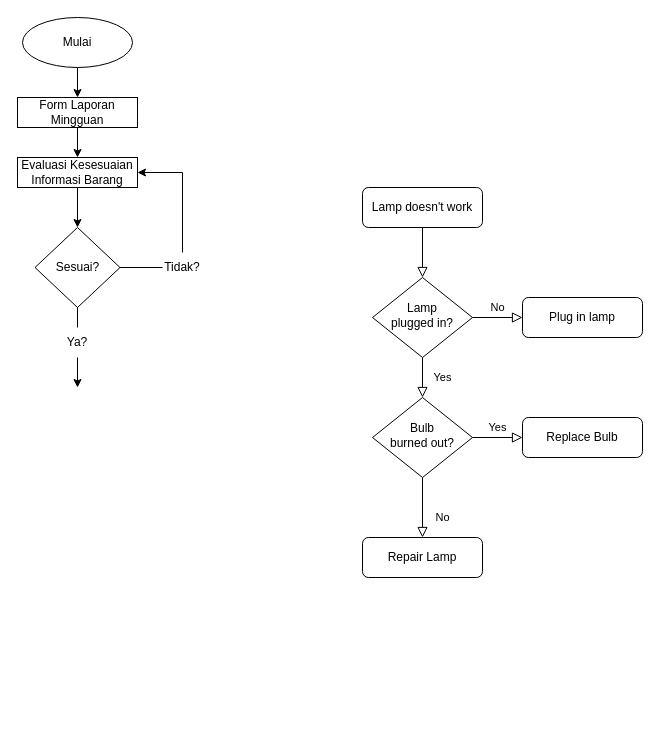
Above: Flowchart SOP Manajemen Informasi Produk.drawio in deonaja/Kuliah-Random (draw.io), before the change. Source tidied: cells renumbered, new cells numbered last; positions are measured from the earlier drawing's top-left corner, leaving out a move shared by most shapes. Both pictures are drawn from the tidied source at 100%, with x=0, y=0 at pixel (17, 17).
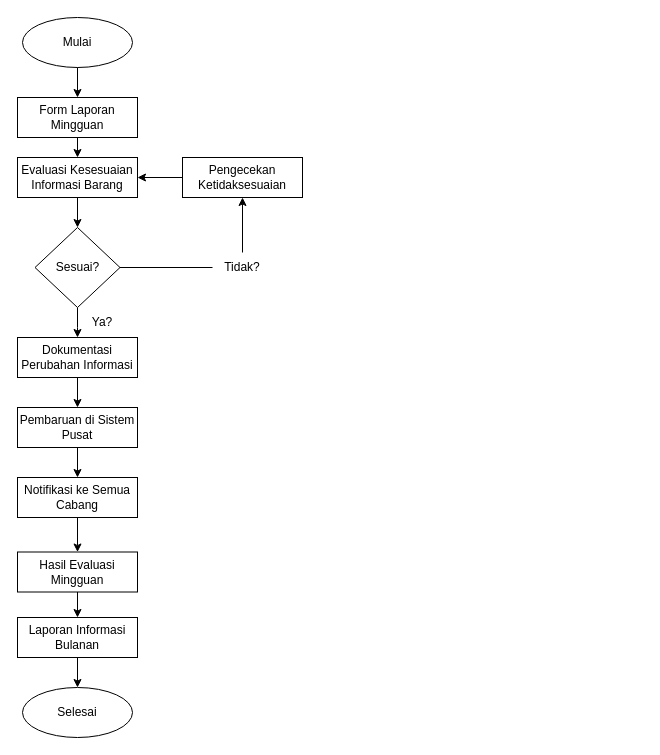
The same diagram, later.

Unchanged cells that the change refers to:
```xml
<mxCell id="19" value="Sesuai?" style="rhombus;whiteSpace=wrap;html=1;" parent="1" vertex="1">
  <mxGeometry x="17.5" y="210" width="85" height="80" as="geometry" />
</mxCell>
```

Change to the diagram source:
```diff
@@
-    <mxCell id="2" style="rounded=0;html=1;jettySize=auto;fontSize=11;endArrow=block;endFill=0;endSize=8;strokeWidth=1;shadow=0;labelBackgroundColor=none;edgeStyle=orthogonalEdgeStyle;" parent="1" edge="1" source="3" target="6">
-      <mxGeometry relative="1" as="geometry" />
-    </mxCell>
-    <mxCell id="3" value="Lamp doesn't work" style="rounded=1;whiteSpace=wrap;html=1;fontSize=12;glass=0;strokeWidth=1;shadow=0;" parent="1" vertex="1">
-      <mxGeometry x="345" y="170" width="120" height="40" as="geometry" />
-    </mxCell>
-    <mxCell id="4" value="Yes" style="rounded=0;html=1;jettySize=auto;fontSize=11;endArrow=block;endFill=0;endSize=8;strokeWidth=1;shadow=0;labelBackgroundColor=none;edgeStyle=orthogonalEdgeStyle;" parent="1" edge="1" source="6" target="10">
-      <mxGeometry y="20" relative="1" as="geometry" />
-    </mxCell>
-    <mxCell id="5" value="No" style="edgeStyle=orthogonalEdgeStyle;rounded=0;html=1;jettySize=auto;fontSize=11;endArrow=block;endFill=0;endSize=8;strokeWidth=1;shadow=0;labelBackgroundColor=none;" parent="1" edge="1" source="6" target="7">
-      <mxGeometry y="10" relative="1" as="geometry" />
-    </mxCell>
-    <mxCell id="6" value="Lamp&lt;br&gt;plugged in?" style="rhombus;whiteSpace=wrap;html=1;shadow=0;fontFamily=Helvetica;fontSize=12;align=center;strokeWidth=1;spacing=6;spacingTop=-4;" parent="1" vertex="1">
-      <mxGeometry x="355" y="260" width="100" height="80" as="geometry" />
-    </mxCell>
-    <mxCell id="7" value="Plug in lamp" style="rounded=1;whiteSpace=wrap;html=1;fontSize=12;glass=0;strokeWidth=1;shadow=0;" parent="1" vertex="1">
-      <mxGeometry x="505" y="280" width="120" height="40" as="geometry" />
-    </mxCell>
-    <mxCell id="8" value="No" style="rounded=0;html=1;jettySize=auto;fontSize=11;endArrow=block;endFill=0;endSize=8;strokeWidth=1;shadow=0;labelBackgroundColor=none;edgeStyle=orthogonalEdgeStyle;" parent="1" edge="1" source="10" target="11">
-      <mxGeometry x="0.33" y="20" relative="1" as="geometry" />
-    </mxCell>
-    <mxCell id="9" value="Yes" style="edgeStyle=orthogonalEdgeStyle;rounded=0;html=1;jettySize=auto;fontSize=11;endArrow=block;endFill=0;endSize=8;strokeWidth=1;shadow=0;labelBackgroundColor=none;" parent="1" edge="1" source="10" target="12">
-      <mxGeometry y="10" relative="1" as="geometry" />
-    </mxCell>
-    <mxCell id="10" value="Bulb&lt;br&gt;burned out?" style="rhombus;whiteSpace=wrap;html=1;shadow=0;fontFamily=Helvetica;fontSize=12;align=center;strokeWidth=1;spacing=6;spacingTop=-4;" parent="1" vertex="1">
-      <mxGeometry x="355" y="380" width="100" height="80" as="geometry" />
-    </mxCell>
-    <mxCell id="11" value="Repair Lamp" style="rounded=1;whiteSpace=wrap;html=1;fontSize=12;glass=0;strokeWidth=1;shadow=0;" parent="1" vertex="1">
-      <mxGeometry x="345" y="520" width="120" height="40" as="geometry" />
-    </mxCell>
-    <mxCell id="12" value="Replace Bulb" style="rounded=1;whiteSpace=wrap;html=1;fontSize=12;glass=0;strokeWidth=1;shadow=0;" parent="1" vertex="1">
-      <mxGeometry x="505" y="400" width="120" height="40" as="geometry" />
-    </mxCell>
@@
     <mxCell id="14" value="Form Laporan Mingguan" style="rounded=0;whiteSpace=wrap;html=1;" parent="1" vertex="1">
-      <mxGeometry y="80" width="120" height="30" as="geometry" />
+      <mxGeometry y="80" width="120" height="40" as="geometry" />
     </mxCell>
@@
     <mxCell id="17" value="Evaluasi Kesesuaian Informasi Barang" style="rounded=0;whiteSpace=wrap;html=1;" parent="1" vertex="1">
-      <mxGeometry y="140" width="120" height="30" as="geometry" />
+      <mxGeometry y="140" width="120" height="40" as="geometry" />
     </mxCell>
@@
+    <mxCell id="26" style="edgeStyle=orthogonalEdgeStyle;rounded=0;jettySize=auto;html=1;" parent="1" edge="1" source="19">
+      <mxGeometry relative="1" as="geometry">
+        <mxPoint x="60" y="320" as="targetPoint" />
+      </mxGeometry>
+    </mxCell>
@@
-    <mxCell id="20" style="endArrow=none;html=1;rounded=0;exitX=1;exitY=0.5;exitDx=0;exitDy=0;" parent="1" edge="1" source="19">
-      <mxGeometry relative="1" as="geometry">
-        <mxPoint x="145" y="250" as="targetPoint" />
-      </mxGeometry>
+    <mxCell id="20" style="endArrow=none;html=1;rounded=0;exitX=1;exitY=0.5;exitDx=0;exitDy=0;entryX=0;entryY=0.5;entryDx=0;entryDy=0;" parent="1" edge="1" source="19" target="21">
+      <mxGeometry relative="1" as="geometry" />
     </mxCell>
     <mxCell id="21" value="Tidak?" style="text;html=1;align=center;verticalAlign=middle;whiteSpace=wrap;rounded=0;" parent="1" vertex="1">
-      <mxGeometry x="135" y="235" width="60" height="30" as="geometry" />
+      <mxGeometry x="195" y="235" width="60" height="30" as="geometry" />
     </mxCell>
-    <mxCell id="22" style="endArrow=classic;html=1;rounded=0;entryX=1;entryY=0.5;entryDx=0;entryDy=0;exitX=0.5;exitY=0;exitDx=0;exitDy=0;" parent="1" edge="1" source="21" target="17">
-      <mxGeometry relative="1" as="geometry">
-        <Array as="points">
-          <mxPoint x="165" y="155" />
-        </Array>
-      </mxGeometry>
+    <mxCell id="22" style="endArrow=classic;html=1;rounded=0;exitX=0.5;exitY=0;exitDx=0;exitDy=0;entryX=0.5;entryY=1;entryDx=0;entryDy=0;" parent="1" edge="1" source="21" target="31">
+      <mxGeometry relative="1" as="geometry" />
     </mxCell>
-    <mxCell id="23" style="endArrow=none;html=1;rounded=0;entryX=0.5;entryY=1;entryDx=0;entryDy=0;" parent="1" edge="1" target="19">
-      <mxGeometry relative="1" as="geometry">
-        <mxPoint x="60" y="310" as="sourcePoint" />
-      </mxGeometry>
-    </mxCell>
-    <mxCell id="24" style="edgeStyle=orthogonalEdgeStyle;rounded=0;jettySize=auto;html=1;exitX=0.5;exitY=1;exitDx=0;exitDy=0;" parent="1" edge="1" source="25">
-      <mxGeometry relative="1" as="geometry">
-        <mxPoint x="60" y="370" as="targetPoint" />
-      </mxGeometry>
-    </mxCell>
+    <mxCell id="27" style="edgeStyle=orthogonalEdgeStyle;rounded=0;jettySize=auto;html=1;" parent="1" edge="1" source="25" target="29">
+      <mxGeometry relative="1" as="geometry" />
+    </mxCell>
     <mxCell id="25" value="Ya?" style="text;html=1;align=center;verticalAlign=middle;whiteSpace=wrap;rounded=0;" parent="1" vertex="1">
-      <mxGeometry x="30" y="310" width="60" height="30" as="geometry" />
+      <mxGeometry x="55" y="290" width="60" height="30" as="geometry" />
     </mxCell>
+    <mxCell id="28" style="edgeStyle=orthogonalEdgeStyle;rounded=0;jettySize=auto;html=1;" parent="1" edge="1" source="29" target="33">
+      <mxGeometry relative="1" as="geometry" />
+    </mxCell>
+    <mxCell id="29" value="Dokumentasi Perubahan Informasi" style="rounded=0;whiteSpace=wrap;html=1;" parent="1" vertex="1">
+      <mxGeometry y="320" width="120" height="40" as="geometry" />
+    </mxCell>
+    <mxCell id="30" style="edgeStyle=orthogonalEdgeStyle;rounded=0;jettySize=auto;html=1;entryX=1;entryY=0.5;entryDx=0;entryDy=0;" parent="1" edge="1" source="31" target="17">
+      <mxGeometry relative="1" as="geometry" />
+    </mxCell>
+    <mxCell id="31" value="Pengecekan Ketidaksesuaian" style="rounded=0;whiteSpace=wrap;html=1;" parent="1" vertex="1">
+      <mxGeometry x="165" y="140" width="120" height="40" as="geometry" />
+    </mxCell>
+    <mxCell id="32" style="edgeStyle=orthogonalEdgeStyle;rounded=0;jettySize=auto;html=1;" parent="1" edge="1" source="33" target="35">
+      <mxGeometry relative="1" as="geometry" />
+    </mxCell>
+    <mxCell id="33" value="Pembaruan di Sistem Pusat" style="rounded=0;whiteSpace=wrap;html=1;" parent="1" vertex="1">
+      <mxGeometry y="390" width="120" height="40" as="geometry" />
+    </mxCell>
+    <mxCell id="34" style="edgeStyle=orthogonalEdgeStyle;rounded=0;jettySize=auto;html=1;" parent="1" edge="1" source="35" target="37">
+      <mxGeometry relative="1" as="geometry" />
+    </mxCell>
+    <mxCell id="35" value="Notifikasi ke Semua Cabang" style="rounded=0;whiteSpace=wrap;html=1;" parent="1" vertex="1">
+      <mxGeometry y="460" width="120" height="40" as="geometry" />
+    </mxCell>
+    <mxCell id="36" style="edgeStyle=orthogonalEdgeStyle;rounded=0;jettySize=auto;html=1;" parent="1" edge="1" source="37" target="39">
+      <mxGeometry relative="1" as="geometry" />
+    </mxCell>
+    <mxCell id="37" value="Hasil Evaluasi Mingguan" style="rounded=0;whiteSpace=wrap;html=1;" parent="1" vertex="1">
+      <mxGeometry y="534.5" width="120" height="40" as="geometry" />
+    </mxCell>
+    <mxCell id="38" style="edgeStyle=orthogonalEdgeStyle;rounded=0;jettySize=auto;html=1;" parent="1" edge="1" source="39" target="40">
+      <mxGeometry relative="1" as="geometry" />
+    </mxCell>
+    <mxCell id="39" value="Laporan Informasi Bulanan" style="rounded=0;whiteSpace=wrap;html=1;" parent="1" vertex="1">
+      <mxGeometry y="600" width="120" height="40" as="geometry" />
+    </mxCell>
+    <mxCell id="40" value="Selesai" style="ellipse;whiteSpace=wrap;html=1;" parent="1" vertex="1">
+      <mxGeometry x="5" y="670" width="110" height="50" as="geometry" />
+    </mxCell>
```
